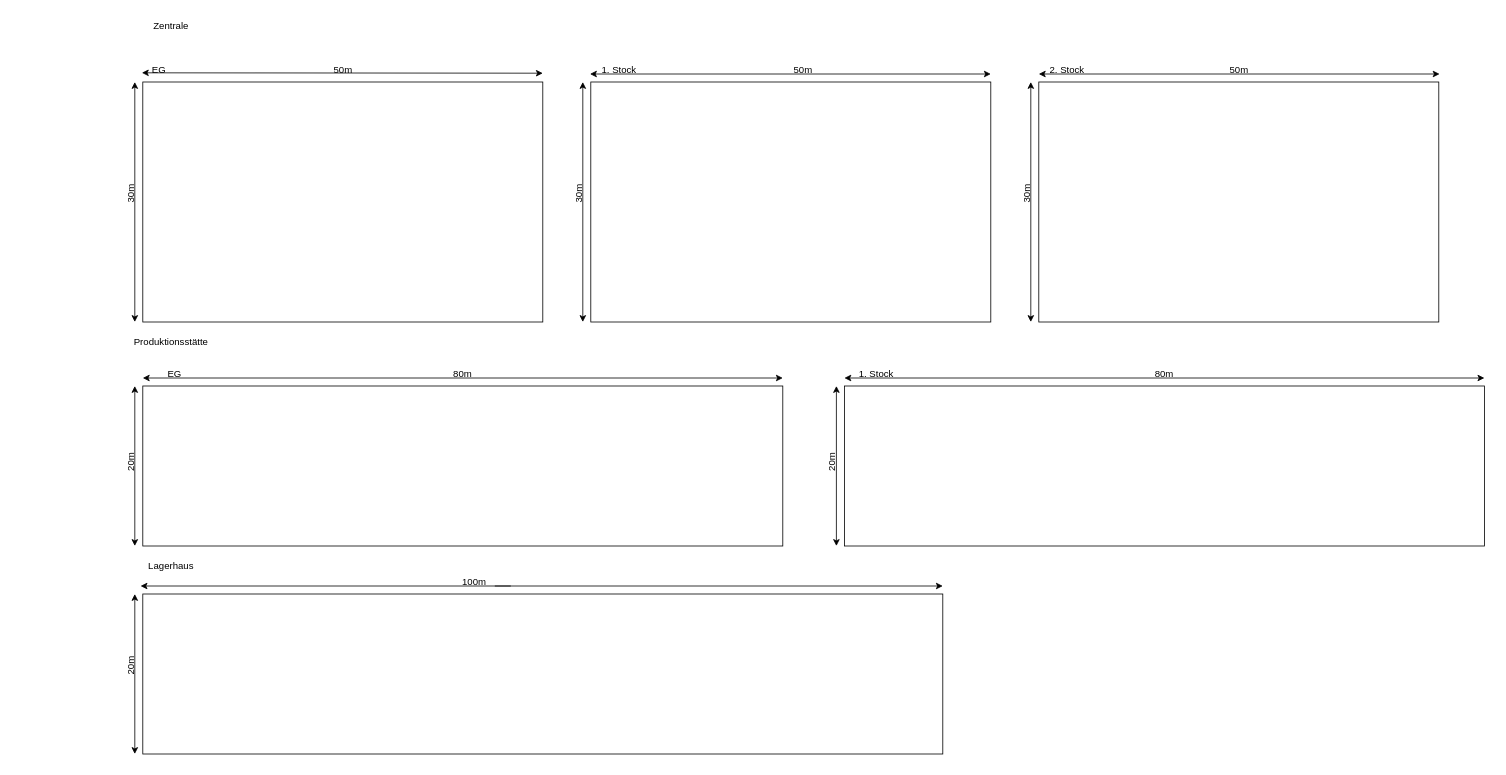
The draw.io diagram ITS/Unbenanntes Diagramm.drawio in VoTaNiix/BS, before the edit. Source tidied: cells renumbered, new cells numbered last; positions are measured from the earlier drawing's top-left corner, leaving out a move shared by most shapes. Both pictures are drawn from the tidied source at 80%, with x=0, y=0 at pixel (106, 14).
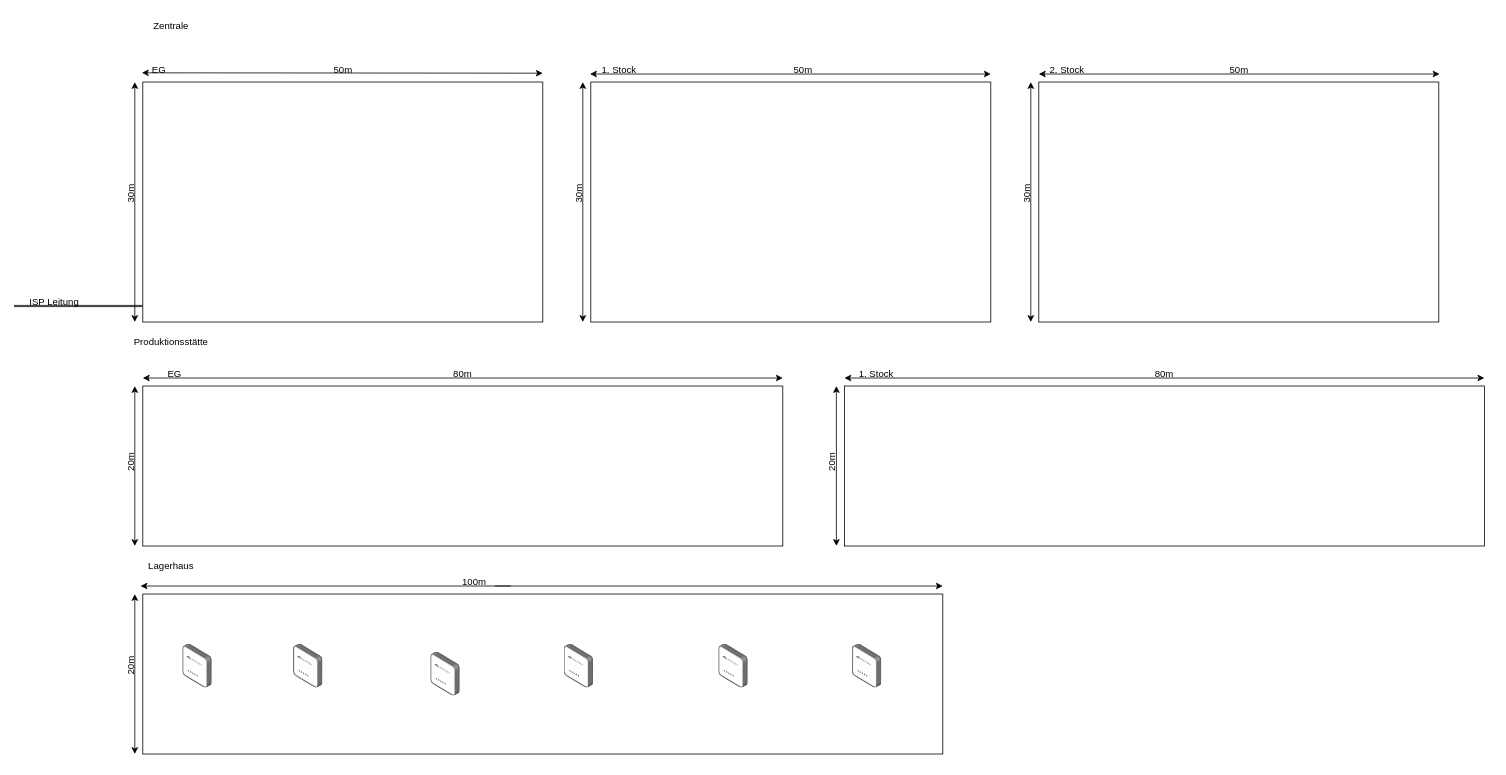
After the change.

Change to the diagram source:
```diff
@@
+    <mxCell id="41" style="html=1;align=center;shadow=0;dashed=0;image;image=img/lib/allied_telesis/wireless/Access_Point_Indoor.svg;" parent="1" vertex="1">
+      <mxGeometry x="95" y="787.7" width="36.6" height="54.6" as="geometry" />
+    </mxCell>
+    <mxCell id="42" style="html=1;align=center;shadow=0;dashed=0;image;image=img/lib/allied_telesis/wireless/Access_Point_Indoor.svg;" parent="1" vertex="1">
+      <mxGeometry x="405" y="797.7" width="36.6" height="54.6" as="geometry" />
+    </mxCell>
+    <mxCell id="43" style="html=1;align=center;shadow=0;dashed=0;image;image=img/lib/allied_telesis/wireless/Access_Point_Indoor.svg;" parent="1" vertex="1">
+      <mxGeometry x="571.7" y="787.7" width="36.6" height="54.6" as="geometry" />
+    </mxCell>
+    <mxCell id="44" style="html=1;align=center;shadow=0;dashed=0;image;image=img/lib/allied_telesis/wireless/Access_Point_Indoor.svg;" parent="1" vertex="1">
+      <mxGeometry x="765" y="787.7" width="36.6" height="54.6" as="geometry" />
+    </mxCell>
+    <mxCell id="45" style="html=1;align=center;shadow=0;dashed=0;image;image=img/lib/allied_telesis/wireless/Access_Point_Indoor.svg;" parent="1" vertex="1">
+      <mxGeometry x="932" y="787.7" width="36.6" height="54.6" as="geometry" />
+    </mxCell>
+    <mxCell id="46" style="html=1;align=center;shadow=0;dashed=0;image;image=img/lib/allied_telesis/wireless/Access_Point_Indoor.svg;" parent="1" vertex="1">
+      <mxGeometry x="233.4" y="787.7" width="36.6" height="54.6" as="geometry" />
+    </mxCell>
+    <mxCell id="47" style="shape=link;html=1;rounded=0;width=-1.4942528735632177;entryX=0.001;entryY=0.9;entryDx=0;entryDy=0;entryPerimeter=0;" parent="1" edge="1">
+      <mxGeometry relative="1" as="geometry">
+        <mxPoint x="-116" y="365" as="sourcePoint" />
+        <mxPoint x="44.8" y="365" as="targetPoint" />
+        <Array as="points">
+          <mxPoint x="4" y="365" />
+        </Array>
+      </mxGeometry>
+    </mxCell>
+    <mxCell id="48" value="ISP Leitung" style="text;html=1;align=center;verticalAlign=middle;strokeColor=none;fillColor=none;" parent="1" vertex="1">
+      <mxGeometry x="-111" y="345" width="90" height="30" as="geometry" />
+    </mxCell>
```
